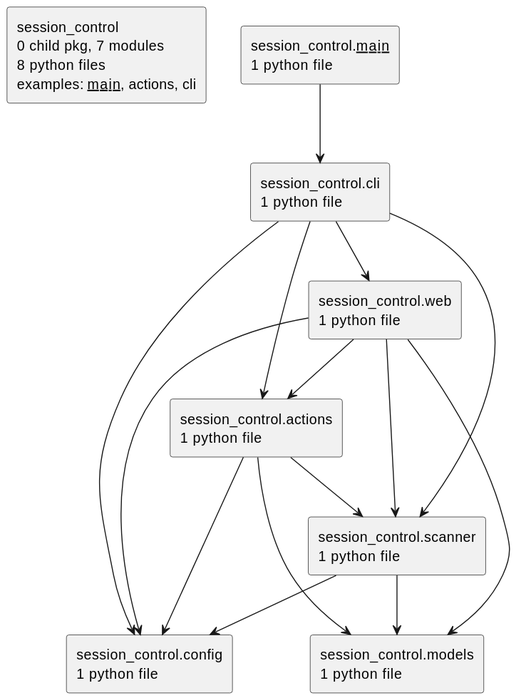
Above: docs/diagrams/python-packages.puml.svg in casonk/session-control (PlantUML), before the change. Source of this version:
```plantuml
@startuml
set namespaceSeparator none
top to bottom direction
skinparam componentStyle rectangle
rectangle "session_control\n0 child pkg, 7 modules\n8 python files\nexamples: __main__, actions, cli" as session_control
rectangle "session_control.__main__\n1 python file" as session_control.__main__
rectangle "session_control.actions\n1 python file" as session_control.actions
rectangle "session_control.cli\n1 python file" as session_control.cli
rectangle "session_control.config\n1 python file" as session_control.config
rectangle "session_control.models\n1 python file" as session_control.models
rectangle "session_control.scanner\n1 python file" as session_control.scanner
rectangle "session_control.web\n1 python file" as session_control.web
session_control.__main__ --> session_control.cli
session_control.actions --> session_control.config
session_control.actions --> session_control.models
session_control.actions --> session_control.scanner
session_control.cli --> session_control.actions
session_control.cli --> session_control.config
session_control.cli --> session_control.scanner
session_control.cli --> session_control.web
session_control.scanner --> session_control.config
session_control.scanner --> session_control.models
session_control.web --> session_control.actions
session_control.web --> session_control.config
session_control.web --> session_control.models
session_control.web --> session_control.scanner
@enduml
```
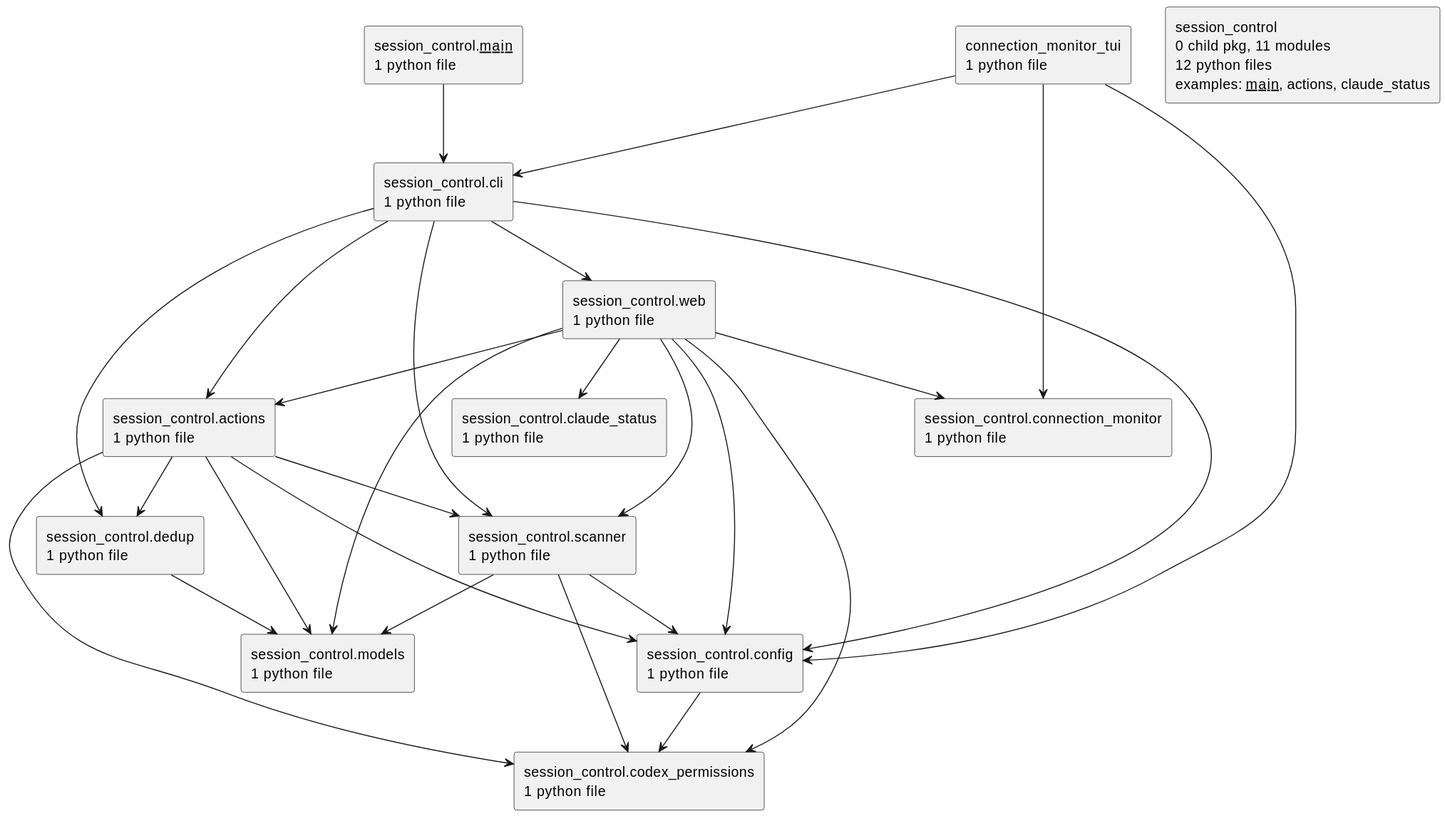
The same diagram one commit later.

Change to the diagram source:
```diff
@@ -2,26 +2,43 @@
 set namespaceSeparator none
 top to bottom direction
 skinparam componentStyle rectangle
-rectangle "session_control\n0 child pkg, 7 modules\n8 python files\nexamples: __main__, actions, cli" as session_control
+rectangle "connection_monitor_tui\n1 python file" as connection_monitor_tui
+rectangle "session_control\n0 child pkg, 11 modules\n12 python files\nexamples: __main__, actions, claude_status" as session_control
 rectangle "session_control.__main__\n1 python file" as session_control.__main__
 rectangle "session_control.actions\n1 python file" as session_control.actions
+rectangle "session_control.claude_status\n1 python file" as session_control.claude_status
 rectangle "session_control.cli\n1 python file" as session_control.cli
+rectangle "session_control.codex_permissions\n1 python file" as session_control.codex_permissions
 rectangle "session_control.config\n1 python file" as session_control.config
+rectangle "session_control.connection_monitor\n1 python file" as session_control.connection_monitor
+rectangle "session_control.dedup\n1 python file" as session_control.dedup
 rectangle "session_control.models\n1 python file" as session_control.models
 rectangle "session_control.scanner\n1 python file" as session_control.scanner
 rectangle "session_control.web\n1 python file" as session_control.web
+connection_monitor_tui --> session_control.cli
+connection_monitor_tui --> session_control.config
+connection_monitor_tui --> session_control.connection_monitor
 session_control.__main__ --> session_control.cli
+session_control.actions --> session_control.codex_permissions
 session_control.actions --> session_control.config
+session_control.actions --> session_control.dedup
 session_control.actions --> session_control.models
 session_control.actions --> session_control.scanner
 session_control.cli --> session_control.actions
 session_control.cli --> session_control.config
+session_control.cli --> session_control.dedup
 session_control.cli --> session_control.scanner
 session_control.cli --> session_control.web
+session_control.config --> session_control.codex_permissions
+session_control.dedup --> session_control.models
+session_control.scanner --> session_control.codex_permissions
 session_control.scanner --> session_control.config
 session_control.scanner --> session_control.models
 session_control.web --> session_control.actions
+session_control.web --> session_control.claude_status
+session_control.web --> session_control.codex_permissions
 session_control.web --> session_control.config
+session_control.web --> session_control.connection_monitor
 session_control.web --> session_control.models
 session_control.web --> session_control.scanner
 @enduml
```
